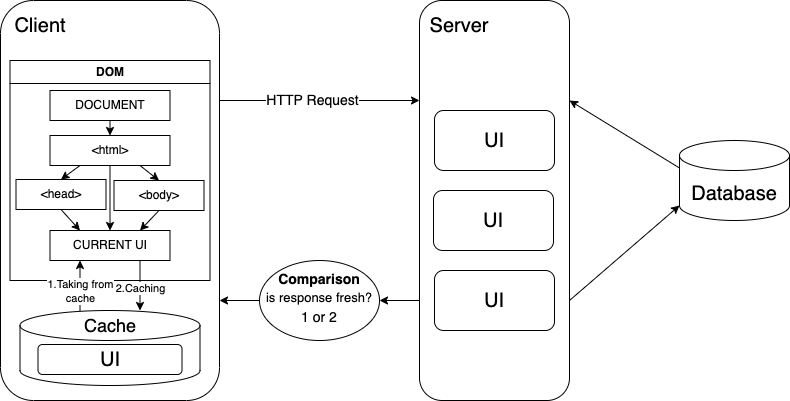
Earlier version of the draw.io export _media/memo.png (leslyclopez11/hmpl-lang.github.io). Source tidied: cells renumbered, new cells last; positions are measured from the earlier drawing's top-left corner, leaving out a move shared by most shapes.
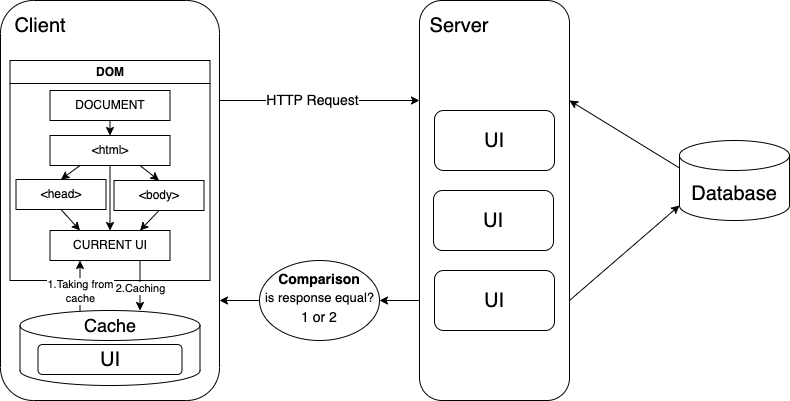
The same diagram one commit later.

Diff of the diagram source:
```diff
@@ -115,8 +115,8 @@
     <mxCell id="38" style="endArrow=classic;html=1;rounded=0;exitX=0;exitY=0.5;exitDx=0;exitDy=0;entryX=1;entryY=0.75;entryDx=0;entryDy=0;" parent="1" edge="1" source="2" target="14">
       <mxGeometry relative="1" as="geometry" />
     </mxCell>
-    <mxCell id="39" value="&lt;font style=&quot;font-size: 13px;&quot;&gt;is response fresh?&lt;/font&gt;" style="text;html=1;align=center;verticalAlign=middle;whiteSpace=wrap;rounded=0;" parent="1" vertex="1">
-      <mxGeometry x="264" y="282" width="110" height="30" as="geometry" />
+    <mxCell id="39" value="&lt;font style=&quot;font-size: 13px;&quot;&gt;is response equal&lt;/font&gt;&lt;span style=&quot;font-size: 13px; background-color: initial;&quot;&gt;?&lt;/span&gt;" style="text;html=1;align=center;verticalAlign=middle;whiteSpace=wrap;rounded=0;" parent="1" vertex="1">
+      <mxGeometry x="262" y="282" width="115" height="30" as="geometry" />
     </mxCell>
     <mxCell id="40" value="&lt;font style=&quot;font-size: 14px;&quot;&gt;1 or 2&lt;/font&gt;" style="text;html=1;align=center;verticalAlign=middle;whiteSpace=wrap;rounded=0;" parent="1" vertex="1">
       <mxGeometry x="289" y="302" width="60" height="30" as="geometry" />
```
